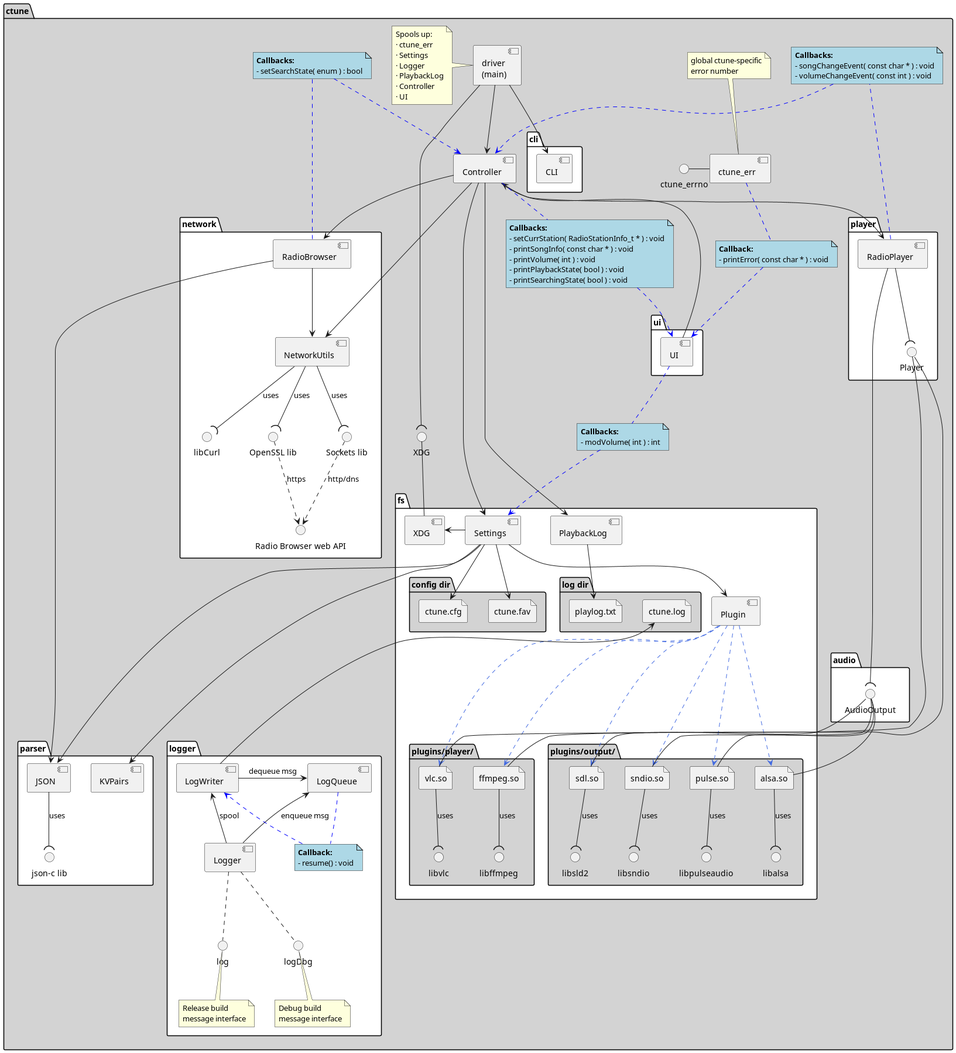
Earlier version of the PlantUML export docs/design/ctune_core.png (An7ar35/ctune). Source of this version:
```plantuml
@startuml


package ctune #lightgrey {
    package network #white {
        component                            NetworkUtils
        component                            RadioBrowser
        interface "Radio Browser web API" as RadioBrowserAPI
        interface "OpenSSL lib"           as OpenSSL
        interface "Sockets lib"           as Sockets
        interface "libCurl"               as Curl

        [RadioBrowser] -->  [NetworkUtils]

        NetworkUtils --( OpenSSL : "uses"
        NetworkUtils --( Sockets : "uses"
        NetworkUtils --( Curl    : "uses"
        OpenSSL      ..> RadioBrowserAPI : https
        Sockets      ..> RadioBrowserAPI : http/dns
    }

    package parser #white {
        component JSON
        interface JSONlib as "json-c lib"
        component KVPairs

        JSON --( JSONlib : uses
    }

    package fs #white {
        component PlaybackLog
        component Settings
        component XDG
        component Plugin

        package "plugins/player/" as plugins_in #lightgrey {
            file      ffmpeg.so
            file      vlc.so
            interface libffmpeg
            interface libvlc

            ffmpeg.so -down-( libffmpeg : uses
            vlc.so    -down-( libvlc : uses
        }

        package "plugins/output/" as plugins_out #lightgrey {
            file pulse.so
            file alsa.so
            file sdl.so
            file sndio.so

            interface libalsa
            interface libpulseaudio
            interface libsld2

            pulse.so -down-( libpulseaudio : uses
            alsa.so -down-( libalsa : uses
            sdl.so -down-( libsld2 : uses
            sndio.so -down-( libsndio : uses
        }

        package "config dir" #lightgrey {
            file cfgfile as "ctune.cfg"
            file favfile as "ctune.fav"
        }

        package "log dir" #lightgrey {
            file playlog as "playlog.txt"
            file logfile as "ctune.log"
        }

        Plugin .[#RoyalBlue]..> ffmpeg.so
        Plugin .[#RoyalBlue]..> vlc.so
        Plugin .[#RoyalBlue]..> pulse.so
        Plugin .[#RoyalBlue]..> alsa.so
        Plugin .[#RoyalBlue]..> sdl.so
        Plugin .[#RoyalBlue]..> sndio.so

        Settings -> XDG
        Settings -down-> cfgfile
        Settings -down-> favfile

        PlaybackLog -down-> playlog
    }

    package audio #white {
        interface AudioOutput
    }

    AudioOutput -- pulse.so
    AudioOutput -- alsa.so
    AudioOutput -- sdl.so
    AudioOutput -- sndio.so

    package player #white {
        component RadioPlayer
        interface Player

        RadioPlayer -down-( Player
    }

    Player -- ffmpeg.so
    Player -- vlc.so
    RadioPlayer --( AudioOutput

    package cli #white {
        component CLI
    }

    package ui #white {
        component UI
    }

    package logger #white {
        interface log
        interface logDbg
        component Logger
        component LogQueue
        component LogWriter

        log .up. Logger
        logDbg .up. Logger

        Logger -up-> LogQueue : enqueue msg
        Logger --> LogWriter : spool
        LogWriter -right-> LogQueue : dequeue msg
        LogWriter -up--> logfile

        note bottom of log    : Release build\nmessage interface
        note bottom of logDbg : Debug build\nmessage interface

        note "**Callback:**\n- resume() : void" as LogCB1 #lightblue
        LogQueue .[#blue].  LogCB1
        LogCB1   .[#blue].> LogWriter
    }

    interface "ctune_errno" as iErr1
    component ctune_err
    iErr1 - ctune_err
    note top of ctune_err : global ctune-specific\nerror number

    component Controller
    component "driver\n(main)" as driver

    note left of driver : Spools up:\n· ctune_err\n· Settings\n· Logger\n· PlaybackLog\n· Controller\n· UI


    driver --> CLI
    driver --> Controller
    Settings  -->   Plugin

    RadioBrowser -->   JSON

    Controller <--    UI
    Controller  -->   RadioPlayer
    Controller  ----> NetworkUtils
    Controller  -->   RadioBrowser
    Controller  --->  PlaybackLog
    Controller  -->   Settings

    interface iXDG as "XDG"
    iXDG -- XDG
    Settings    ----> JSON
    Settings    ----> KVPairs
    driver --( iXDG


    note "**Callbacks:**\n- setCurrStation( RadioStationInfo_t * ) : void\n- printSongInfo( const char * ) : void\n- printVolume( int ) : void\n- printPlaybackState( bool ) : void\n- printSearchingState( bool ) : void" as Callbacks1 #lightblue
    Controller .[#blue].  Callbacks1
    Callbacks1 .[#blue].> UI

    note "**Callbacks:**\n- songChangeEvent( const char * ) : void\n- volumeChangeEvent( const int ) : void" as Callbacks2 #lightblue
    RadioPlayer .[#blue].  Callbacks2
    Callbacks2  .[#blue].> Controller

    note "**Callbacks:**\n- setSearchState( enum ) : bool" as Callbacks3 #lightblue
    RadioBrowser .[#blue].  Callbacks3
    Callbacks3   .[#blue].> Controller

    note "**Callbacks:**\n- modVolume( int ) : int" as Callbacks4 #lightblue
    UI .[#blue]. Callbacks4
    Callbacks4 .[#blue].> Settings

    note "**Callback:**\n- printError( const char * ) : void" as Callbacks5 #lightblue
    ctune_err .[#blue]. Callbacks5
    Callbacks5 .[#blue].> UI

}
@enduml
```
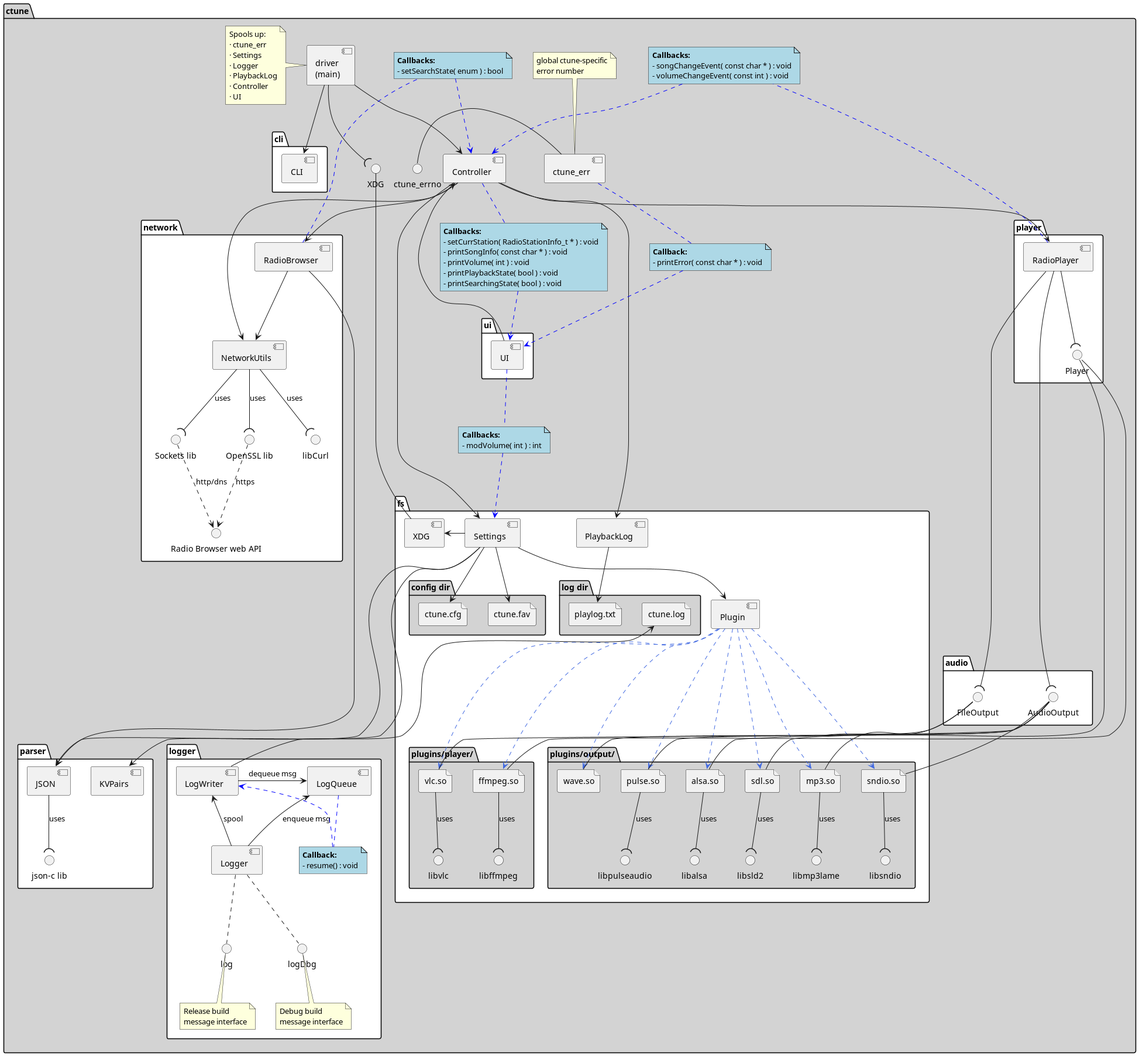
Later version of the same file.

What changed in the source:
```diff
@@ -48,15 +48,19 @@
             file alsa.so
             file sdl.so
             file sndio.so
+            file wave.so
+            file mp3.so
 
             interface libalsa
             interface libpulseaudio
             interface libsld2
+            interface libmp3lame
 
             pulse.so -down-( libpulseaudio : uses
             alsa.so -down-( libalsa : uses
             sdl.so -down-( libsld2 : uses
             sndio.so -down-( libsndio : uses
+            mp3.so -down-( libmp3lame : uses
         }
 
         package "config dir" #lightgrey {
@@ -75,6 +79,8 @@
         Plugin .[#RoyalBlue]..> alsa.so
         Plugin .[#RoyalBlue]..> sdl.so
         Plugin .[#RoyalBlue]..> sndio.so
+        Plugin .[#RoyalBlue]..> wave.so
+        Plugin .[#RoyalBlue]..> mp3.so
 
         Settings -> XDG
         Settings -down-> cfgfile
@@ -85,12 +91,15 @@
 
     package audio #white {
         interface AudioOutput
+        interface FileOutput
     }
 
     AudioOutput -- pulse.so
     AudioOutput -- alsa.so
     AudioOutput -- sdl.so
     AudioOutput -- sndio.so
+    FileOutput  -- mp3.so
+    FileOutput  -- wave.so
 
     package player #white {
         component RadioPlayer
@@ -102,6 +111,7 @@
     Player -- ffmpeg.so
     Player -- vlc.so
     RadioPlayer --( AudioOutput
+    RadioPlayer --( FileOutput
 
     package cli #white {
         component CLI
@@ -147,7 +157,7 @@
 
     driver --> CLI
     driver --> Controller
-    Settings  -->   Plugin
+    Settings --> Plugin
 
     RadioBrowser -->   JSON
 
```
